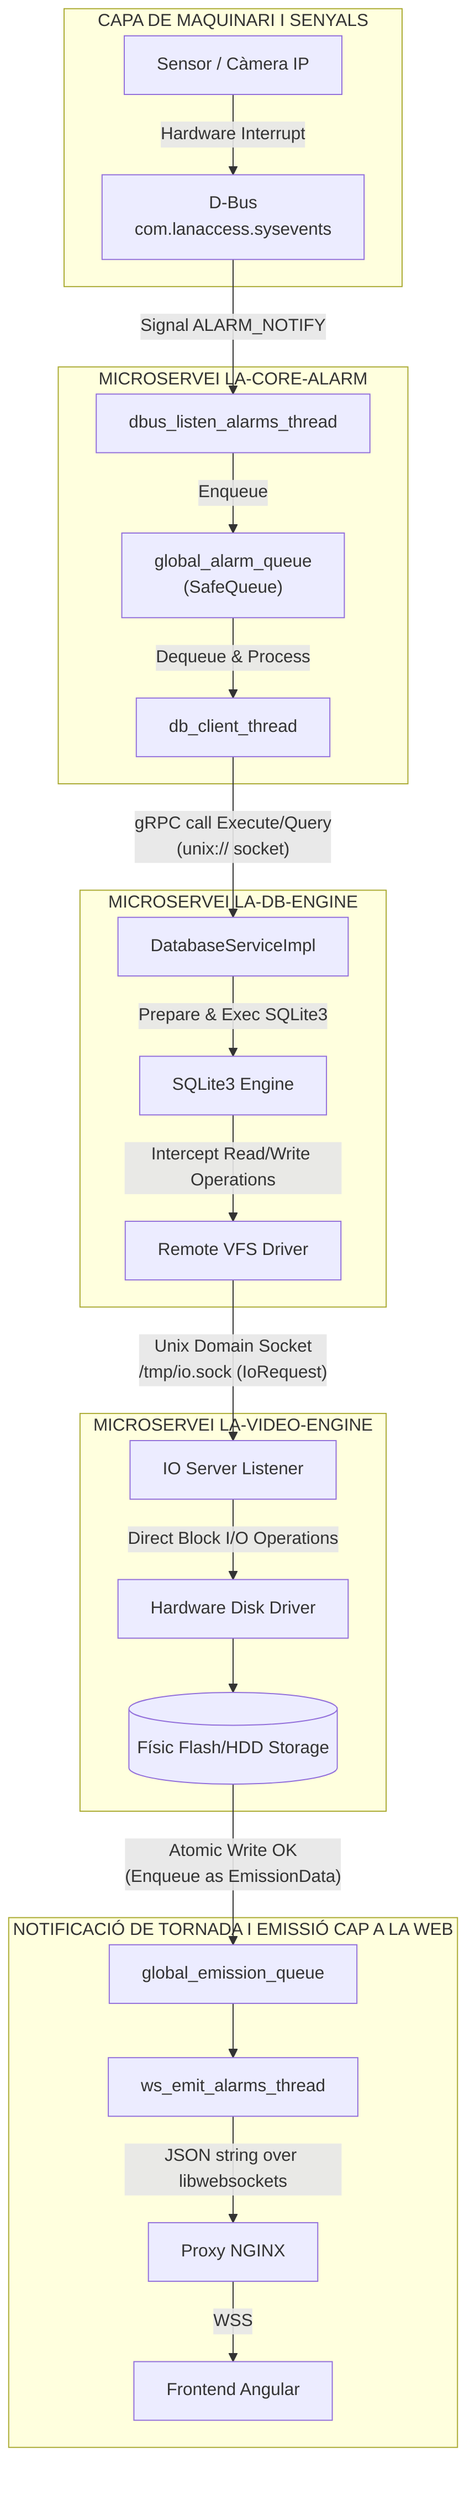
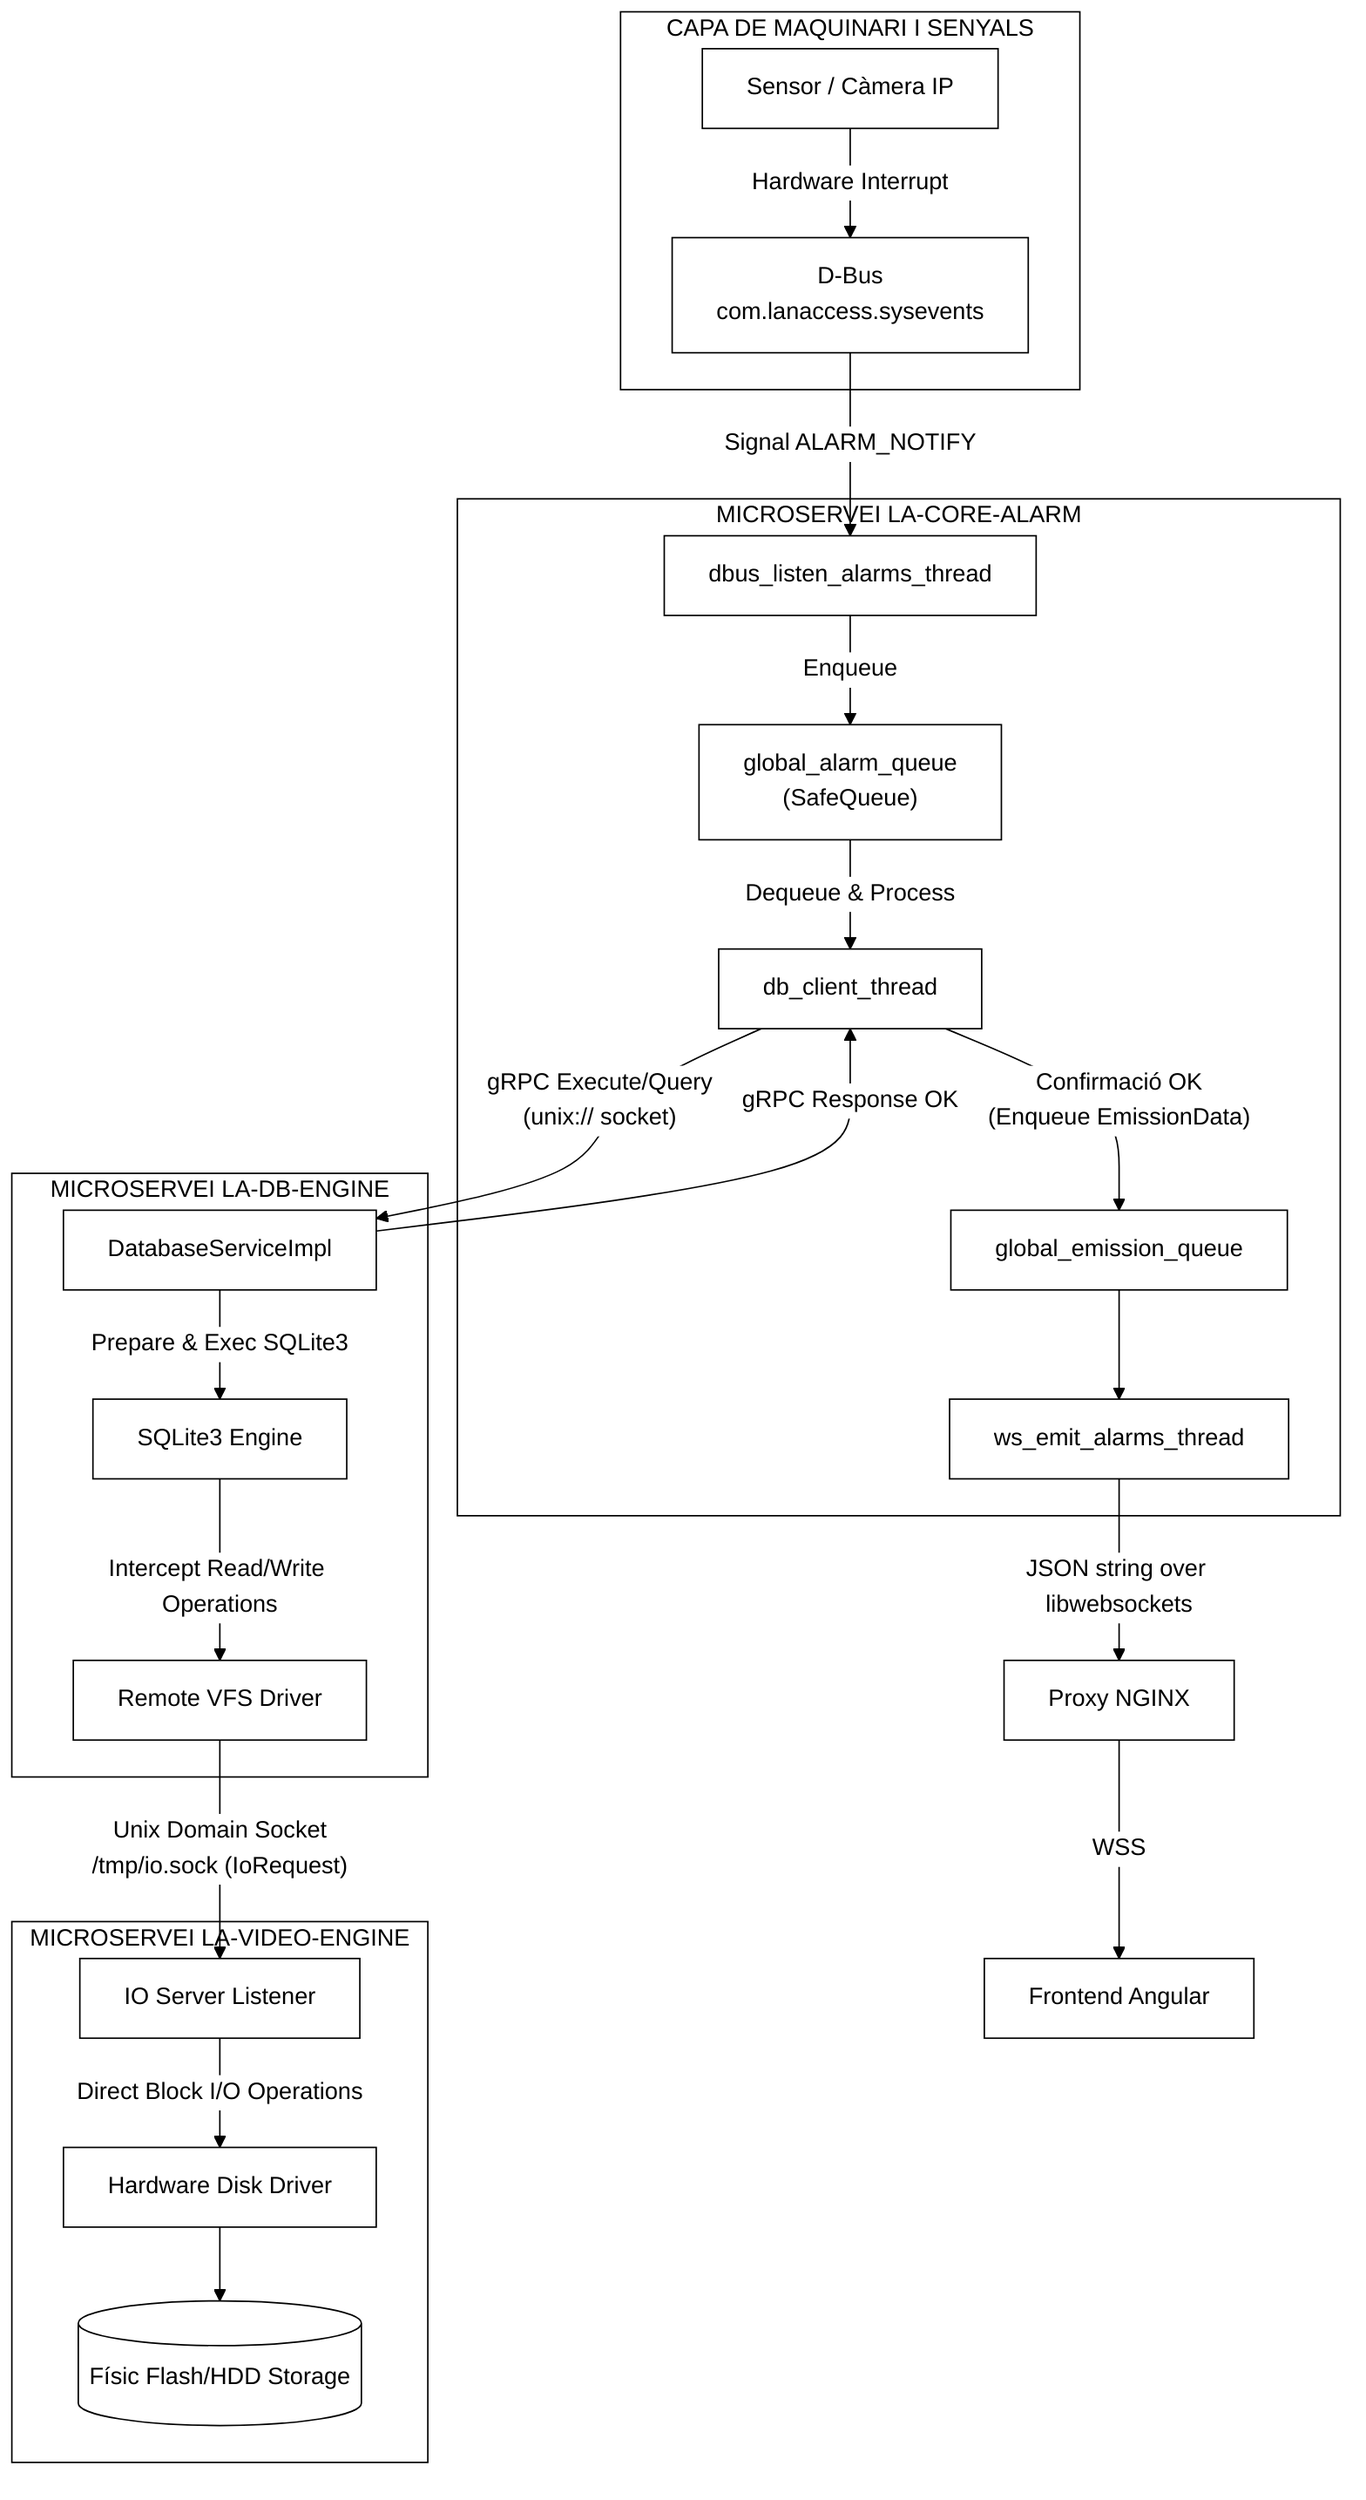
+ %%{init: {
+  'theme': 'base',
+  'themeVariables': {
+    'background': '#ffffff',
+    'primaryColor': '#ffffff',
+    'primaryTextColor': '#000000',
+    'primaryBorderColor': '#000000',
+    'lineColor': '#000000',
+    'secondaryColor': '#ffffff',
+    'tertiaryColor': '#ffffff'
+  },
+  'themeCSS': '.node rect, .node circle, .node polygon, .node path, .cluster rect { stroke: #000000 !important; stroke-width: 1px !important; filter: none !important; box-shadow: none !important; } .label { color: #000000 !important; }'
+ }}%%
+ 
flowchart TD
    subgraph HW["CAPA DE MAQUINARI I SENYALS"]
        Sensor["Sensor / Càmera IP"]
        DBus["D-Bus\ncom.lanaccess.sysevents"]
        Sensor -- "Hardware Interrupt" --> DBus
    end

    subgraph ALARM["MICROSERVEI LA-CORE-ALARM"]
        dbus_thread["dbus_listen_alarms_thread"]
        alarm_queue["global_alarm_queue\n(SafeQueue)"]
        db_client["db_client_thread"]
+         EmissionQueue["global_emission_queue"]
+         WsThread["ws_emit_alarms_thread"]
        dbus_thread -- "Enqueue" --> alarm_queue
        alarm_queue -- "Dequeue & Process" --> db_client
+         db_client -- "Confirmació OK\n(Enqueue EmissionData)" --> EmissionQueue
+         EmissionQueue --> WsThread
    end

    subgraph DBENG["MICROSERVEI LA-DB-ENGINE"]
        DBSvcImpl["DatabaseServiceImpl"]
        SQLite3Engine["SQLite3 Engine"]
        RemoteVFS["Remote VFS Driver"]
        DBSvcImpl -- "Prepare & Exec SQLite3" --> SQLite3Engine
        SQLite3Engine -- "Intercept Read/Write Operations" --> RemoteVFS
    end

    subgraph VIDENG["MICROSERVEI LA-VIDEO-ENGINE"]
        IOListener["IO Server Listener"]
        DiskDriver["Hardware Disk Driver"]
        Storage[(Físic Flash/HDD Storage)]
        IOListener -- "Direct Block I/O Operations" --> DiskDriver
        DiskDriver --> Storage
    end

-     subgraph NOTIFY["NOTIFICACIÓ DE TORNADA I EMISSIÓ CAP A LA WEB"]
-         EmissionQueue["global_emission_queue"]
-         WsThread["ws_emit_alarms_thread"]
-         NGINX["Proxy NGINX"]
-         FrontendAngular["Frontend Angular"]
-         EmissionQueue --> WsThread
-         WsThread -- "JSON string over libwebsockets" --> NGINX
-         NGINX -- "WSS" --> FrontendAngular
-     end
+     NGINX["Proxy NGINX"]
+     FrontendAngular["Frontend Angular"]

    DBus -- "Signal ALARM_NOTIFY" --> dbus_thread
-     db_client -- "gRPC call Execute/Query\n(unix:// socket)" --> DBSvcImpl
+     db_client -- "gRPC Execute/Query\n(unix:// socket)" --> DBSvcImpl
+     DBSvcImpl -- "gRPC Response OK" --> db_client
    RemoteVFS -- "Unix Domain Socket\n/tmp/io.sock (IoRequest)" --> IOListener
-     Storage -- "Atomic Write OK\n(Enqueue as EmissionData)" --> EmissionQueue
+     WsThread -- "JSON string over libwebsockets" --> NGINX
+     NGINX -- "WSS" --> FrontendAngular
